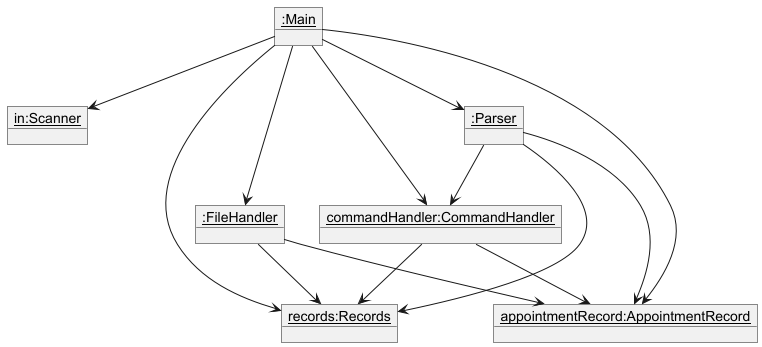
The PlantUML diagram docs/MainObjectDiagram.png in yentheng0110/tp, before a commit.
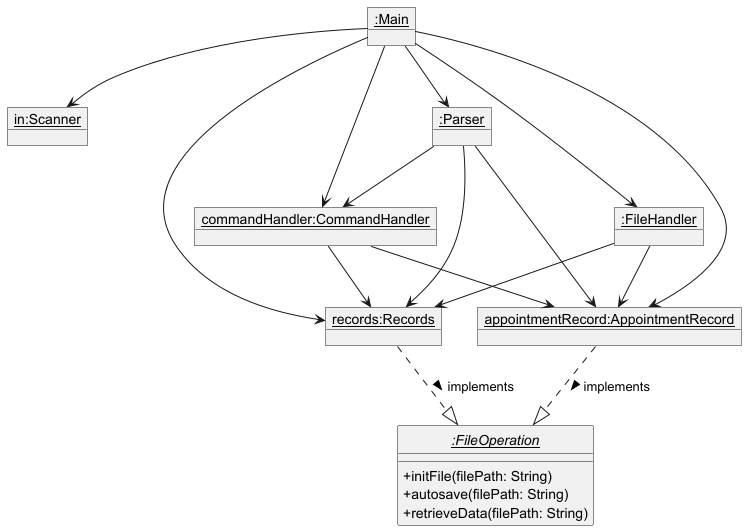
The same diagram one commit later.

Commit message:
update Main Object Diagram

What changed in the source:
```diff
@@ -6,13 +6,20 @@
 
 object "<u>in:Scanner</u>" as Scanner
 
+interface "<u>:FileOperation</u>" as FileOperation {
+    +initFile(filePath: String)
+    +autosave(filePath: String)
+    +retrieveData(filePath: String)
+}
+
+
 object "<u>records:Records</u>" as Records {
-
 }
 
 object "<u>appointmentRecord:AppointmentRecord</u>" as AppointmentRecord {
+}
 
-}
+
 
 object "<u>:FileHandler</u>" as FileHandler
 
@@ -26,12 +33,22 @@
 Main --> FileHandler
 Main --> CommandHandler
 Main --> Parser
+
 CommandHandler --> Records
 CommandHandler --> AppointmentRecord
+
 Parser --> CommandHandler
 Parser --> Records
 Parser --> AppointmentRecord
+
 FileHandler --> Records
 FileHandler --> AppointmentRecord
 
+Records ..|> FileOperation : implements >
+AppointmentRecord ..|> FileOperation : implements >
+
+
+
+
+
 @enduml
```
